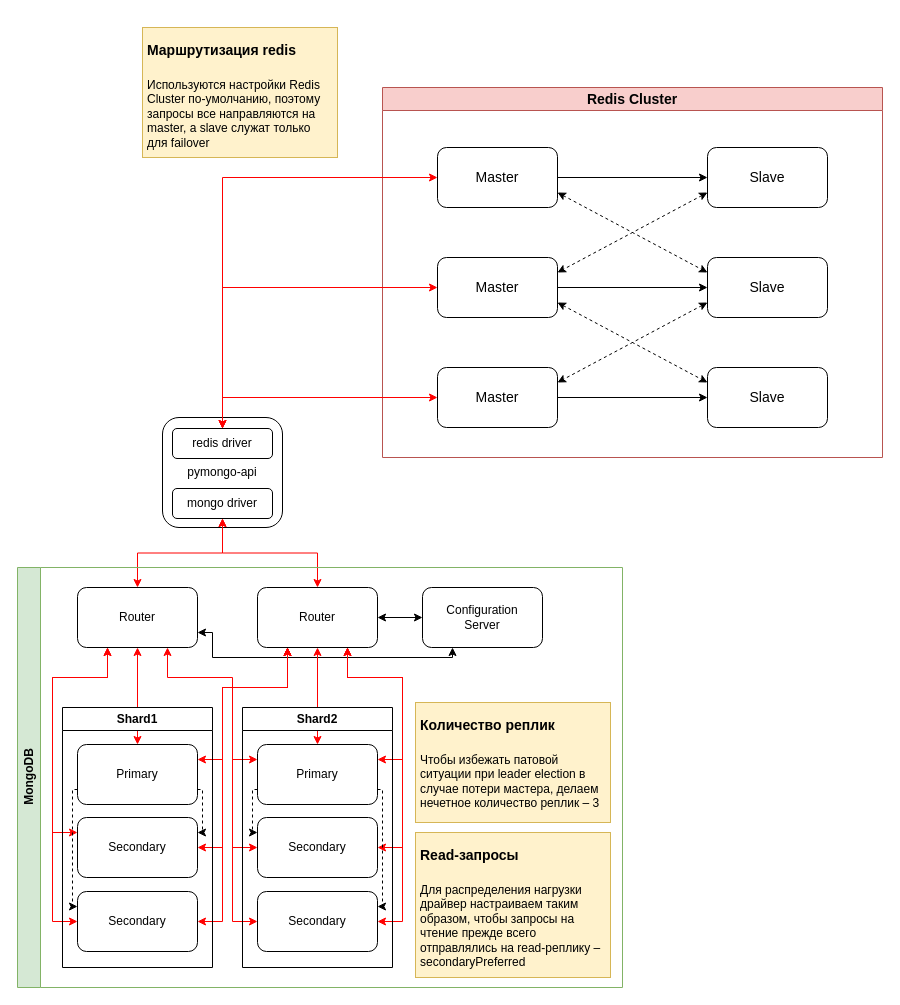
This is page "+Cache" (4 of 4) of task1.drawio from tkabdullin/arch-project-sprint-2, a draw.io file, before an edit. Source tidied: cells renumbered, new cells numbered last; positions are measured from the earlier drawing's top-left corner, leaving out a move shared by most shapes. Both pictures are drawn from the tidied source at 100%, with x=0, y=0 at pixel (17, 27).
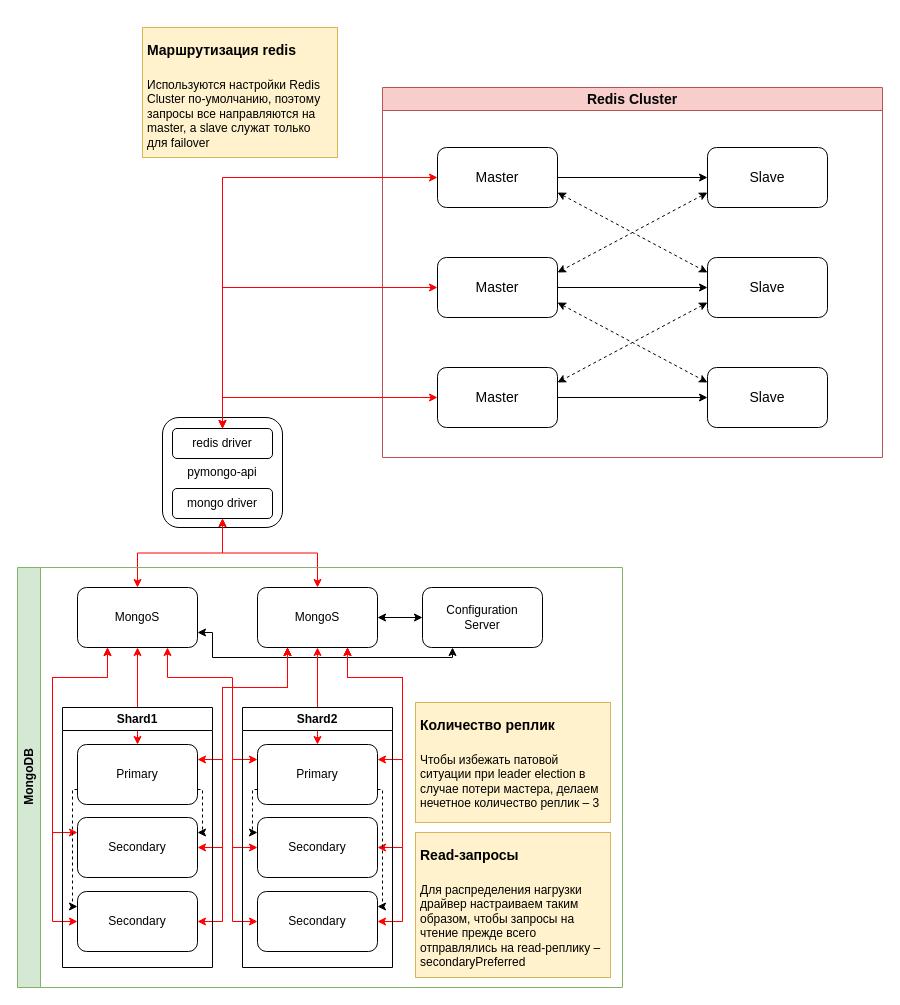
After the change.

Commit message (it also covers changes not shown here):
FEAT: task 4 completed

Unchanged cells that the change refers to:
```xml
<mxCell id="6" value="MongoDB" style="swimlane;horizontal=0;whiteSpace=wrap;html=1;fillColor=#d5e8d4;strokeColor=#82b366;" parent="1" vertex="1">
  <mxGeometry y="540" width="605" height="420" as="geometry" />
</mxCell>
```

Change to the diagram source:
```diff
@@
-    <mxCell id="12" value="Router" style="rounded=1;whiteSpace=wrap;html=1;" parent="6" vertex="1">
+    <mxCell id="12" value="MongoS" style="rounded=1;whiteSpace=wrap;html=1;" parent="6" vertex="1">
       <mxGeometry x="60" y="20" width="120" height="60" as="geometry" />
     </mxCell>
@@
-    <mxCell id="23" value="Router" style="rounded=1;whiteSpace=wrap;html=1;" parent="6" vertex="1">
+    <mxCell id="23" value="MongoS" style="rounded=1;whiteSpace=wrap;html=1;" parent="6" vertex="1">
       <mxGeometry x="240" y="20" width="120" height="60" as="geometry" />
     </mxCell>
```
